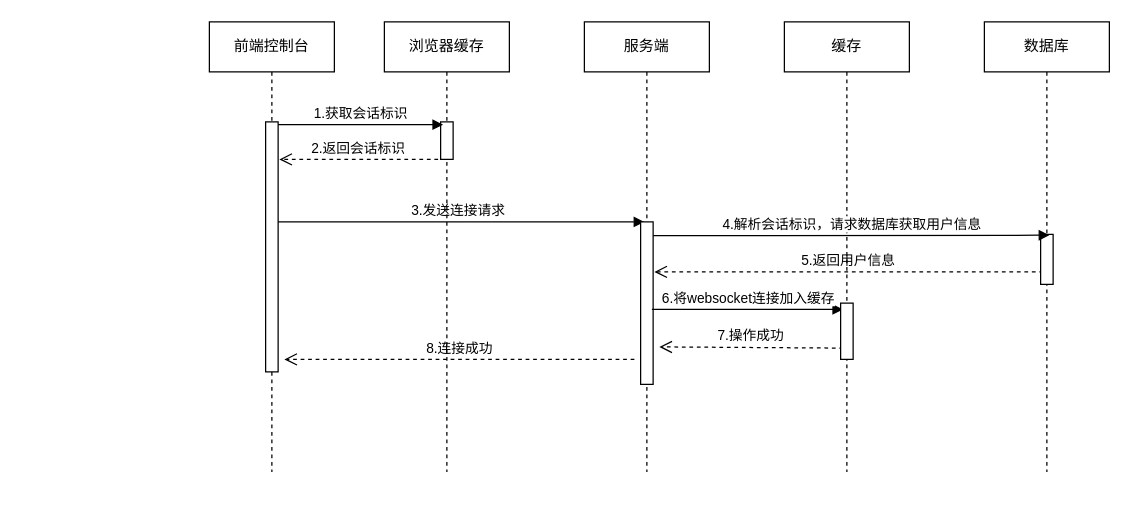
Earlier version of the draw.io diagram page "前端注册监听" (1 of 3) of websocket消息推送设计.drawio (iceAcmen/myDesign). Source tidied: cells renumbered, new cells numbered last; positions are measured from the earlier drawing's top-left corner, leaving out a move shared by most shapes. Both pictures are drawn from the tidied source at 125%, with x=0, y=0 at pixel (209, 21).
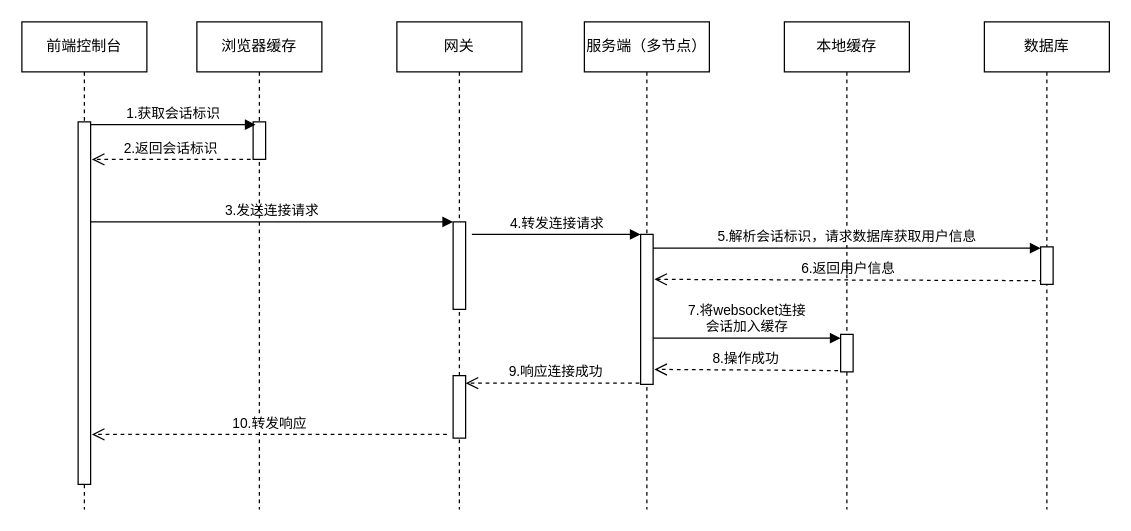
The same page after the edit.

The change refers to these unchanged cells:
```xml
<mxCell id="7" style="html=1;points=[];perimeter=orthogonalPerimeter;" parent="6" vertex="1">
  <mxGeometry x="45" y="80" width="10" height="30" as="geometry" />
</mxCell>
```

Change to the diagram source:
```diff
@@
     <mxCell id="2" value="前端控制台" style="shape=umlLifeline;perimeter=lifelinePerimeter;whiteSpace=wrap;html=1;" parent="1" vertex="1">
-      <mxGeometry width="100" height="360" as="geometry" />
+      <mxGeometry x="-150" width="100" height="390" as="geometry" />
     </mxCell>
-    <mxCell id="3" value="3.发送连接请求" style="html=1;verticalAlign=bottom;endArrow=block;entryX=0.3;entryY=0;entryDx=0;entryDy=0;entryPerimeter=0;" parent="2" edge="1" target="9">
+    <mxCell id="3" value="3.发送连接请求" style="html=1;verticalAlign=bottom;endArrow=block;" parent="2" edge="1">
       <mxGeometry relative="1" as="geometry">
-        <mxPoint x="50" y="160" as="sourcePoint" />
+        <mxPoint x="55" y="160" as="sourcePoint" />
+        <mxPoint x="345" y="160" as="targetPoint" />
       </mxGeometry>
     </mxCell>
-    <mxCell id="4" value="8.连接成功" style="html=1;verticalAlign=bottom;endArrow=open;dashed=1;endSize=8;" parent="2" edge="1">
+    <mxCell id="4" value="9.响应连接成功" style="html=1;verticalAlign=bottom;endArrow=open;dashed=1;endSize=8;" parent="2" edge="1" target="21">
       <mxGeometry relative="1" as="geometry">
-        <mxPoint x="340" y="270" as="sourcePoint" />
-        <mxPoint x="60" y="270" as="targetPoint" />
+        <mxPoint x="500" y="289" as="sourcePoint" />
       </mxGeometry>
     </mxCell>
     <mxCell id="5" style="html=1;perimeter=orthogonalPerimeter;" parent="2" vertex="1">
-      <mxGeometry x="45" y="80" width="10" height="200" as="geometry" />
+      <mxGeometry x="45" y="80" width="10" height="290" as="geometry" />
     </mxCell>
     <mxCell id="6" value="浏览器缓存" style="shape=umlLifeline;perimeter=lifelinePerimeter;whiteSpace=wrap;html=1;" parent="1" vertex="1">
-      <mxGeometry x="140" width="100" height="360" as="geometry" />
+      <mxGeometry x="-10" width="100" height="390" as="geometry" />
     </mxCell>
@@
-    <mxCell id="8" value="服务端" style="shape=umlLifeline;perimeter=lifelinePerimeter;whiteSpace=wrap;html=1;" parent="1" vertex="1">
-      <mxGeometry x="300" width="100" height="360" as="geometry" />
+    <mxCell id="8" value="服务端（多节点）" style="shape=umlLifeline;perimeter=lifelinePerimeter;whiteSpace=wrap;html=1;" parent="1" vertex="1">
+      <mxGeometry x="300" width="100" height="390" as="geometry" />
     </mxCell>
     <mxCell id="9" style="html=1;points=[];perimeter=orthogonalPerimeter;" parent="8" vertex="1">
-      <mxGeometry x="45" y="160" width="10" height="130" as="geometry" />
+      <mxGeometry x="45" y="170" width="10" height="120" as="geometry" />
     </mxCell>
-    <mxCell id="10" value="5.返回用户信息" style="html=1;verticalAlign=bottom;endArrow=open;dashed=1;endSize=8;exitX=0.2;exitY=0.75;exitDx=0;exitDy=0;exitPerimeter=0;" parent="8" edge="1" source="16">
+    <mxCell id="10" value="6.返回用户信息" style="html=1;verticalAlign=bottom;endArrow=open;dashed=1;endSize=8;exitX=0.2;exitY=0.7;exitDx=0;exitDy=0;exitPerimeter=0;" parent="8" edge="1">
       <mxGeometry relative="1" as="geometry">
-        <mxPoint x="56" y="200" as="targetPoint" />
+        <mxPoint x="367" y="207" as="sourcePoint" />
+        <mxPoint x="56" y="206" as="targetPoint" />
       </mxGeometry>
     </mxCell>
-    <mxCell id="11" value="6.将websocket连接加入缓存" style="html=1;verticalAlign=bottom;endArrow=block;entryX=0.2;entryY=0.111;entryDx=0;entryDy=0;entryPerimeter=0;" parent="8" edge="1" target="14">
-      <mxGeometry relative="1" as="geometry">
-        <mxPoint x="54" y="230" as="sourcePoint" />
-      </mxGeometry>
-    </mxCell>
-    <mxCell id="12" value="7.操作成功" style="html=1;verticalAlign=bottom;endArrow=open;dashed=1;endSize=8;exitX=0.2;exitY=0.8;exitDx=0;exitDy=0;exitPerimeter=0;" parent="8" edge="1" source="14">
+    <mxCell id="12" value="8.操作成功" style="html=1;verticalAlign=bottom;endArrow=open;dashed=1;endSize=8;exitX=0.2;exitY=0.8;exitDx=0;exitDy=0;exitPerimeter=0;" parent="8" edge="1">
       <mxGeometry relative="1" as="geometry">
-        <mxPoint x="60" y="260" as="targetPoint" />
+        <mxPoint x="203" y="279" as="sourcePoint" />
+        <mxPoint x="56" y="278" as="targetPoint" />
       </mxGeometry>
     </mxCell>
-    <mxCell id="13" value="缓存" style="shape=umlLifeline;perimeter=lifelinePerimeter;whiteSpace=wrap;html=1;" parent="1" vertex="1">
-      <mxGeometry x="460" width="100" height="360" as="geometry" />
+    <mxCell id="13" value="本地缓存" style="shape=umlLifeline;perimeter=lifelinePerimeter;whiteSpace=wrap;html=1;" parent="1" vertex="1">
+      <mxGeometry x="460" width="100" height="390" as="geometry" />
     </mxCell>
     <mxCell id="14" style="html=1;points=[];perimeter=orthogonalPerimeter;" parent="13" vertex="1">
-      <mxGeometry x="45" y="225" width="10" height="45" as="geometry" />
+      <mxGeometry x="45" y="250" width="10" height="30" as="geometry" />
     </mxCell>
     <mxCell id="15" value="数据库" style="shape=umlLifeline;perimeter=lifelinePerimeter;whiteSpace=wrap;html=1;" parent="1" vertex="1">
-      <mxGeometry x="620" width="100" height="360" as="geometry" />
+      <mxGeometry x="620" width="100" height="390" as="geometry" />
     </mxCell>
     <mxCell id="16" style="html=1;points=[];perimeter=orthogonalPerimeter;" parent="15" vertex="1">
-      <mxGeometry x="45" y="170" width="10" height="40" as="geometry" />
+      <mxGeometry x="45" y="180" width="10" height="30" as="geometry" />
     </mxCell>
-    <mxCell id="17" value="4.解析会话标识，请求数据库获取用户信息" style="html=1;verticalAlign=bottom;endArrow=block;entryX=0.7;entryY=0.017;entryDx=0;entryDy=0;entryPerimeter=0;" parent="1" edge="1" target="16">
+    <mxCell id="17" value="5.解析会话标识，请求数据库获取用户信息" style="html=1;verticalAlign=bottom;endArrow=block;" parent="1" edge="1" target="16">
       <mxGeometry relative="1" as="geometry">
-        <mxPoint x="355" y="171" as="sourcePoint" />
+        <mxPoint x="355" y="181" as="sourcePoint" />
       </mxGeometry>
     </mxCell>
     <mxCell id="18" value="1.获取会话标识" style="html=1;verticalAlign=bottom;endArrow=block;entryX=0.2;entryY=0.075;entryDx=0;entryDy=0;entryPerimeter=0;" parent="1" edge="1" target="7">
       <mxGeometry relative="1" as="geometry">
-        <mxPoint x="55" y="82.2" as="sourcePoint" />
+        <mxPoint x="-95" y="82.2" as="sourcePoint" />
       </mxGeometry>
     </mxCell>
     <mxCell id="19" value="2.返回会话标识" style="html=1;verticalAlign=bottom;endArrow=open;dashed=1;endSize=8;" parent="1" edge="1">
       <mxGeometry relative="1" as="geometry">
-        <mxPoint x="183" y="110" as="sourcePoint" />
-        <mxPoint x="56" y="110" as="targetPoint" />
+        <mxPoint x="33" y="110" as="sourcePoint" />
+        <mxPoint x="-94" y="110" as="targetPoint" />
       </mxGeometry>
     </mxCell>
+    <mxCell id="20" value="网关" style="shape=umlLifeline;perimeter=lifelinePerimeter;whiteSpace=wrap;html=1;" parent="1" vertex="1">
+      <mxGeometry x="150" width="100" height="390" as="geometry" />
+    </mxCell>
+    <mxCell id="21" style="html=1;points=[];perimeter=orthogonalPerimeter;" parent="20" vertex="1">
+      <mxGeometry x="45" y="283" width="10" height="50" as="geometry" />
+    </mxCell>
+    <mxCell id="22" style="html=1;perimeter=orthogonalPerimeter;" parent="20" vertex="1">
+      <mxGeometry x="45" y="160" width="10" height="70" as="geometry" />
+    </mxCell>
+    <mxCell id="23" value="4.转发连接请求" style="html=1;verticalAlign=bottom;endArrow=block;" parent="20" edge="1" target="9">
+      <mxGeometry relative="1" as="geometry">
+        <mxPoint x="60" y="170" as="sourcePoint" />
+      </mxGeometry>
+    </mxCell>
+    <mxCell id="24" value="10.转发响应" style="html=1;verticalAlign=bottom;endArrow=open;dashed=1;endSize=8;" parent="1" edge="1">
+      <mxGeometry relative="1" as="geometry">
+        <mxPoint x="190" y="330" as="sourcePoint" />
+        <mxPoint x="-94" y="330" as="targetPoint" />
+      </mxGeometry>
+    </mxCell>
+    <mxCell id="11" value="7.将websocket连接&lt;br&gt;会话加入缓存" style="html=1;verticalAlign=bottom;endArrow=block;" parent="1" edge="1">
+      <mxGeometry relative="1" as="geometry">
+        <mxPoint x="355" y="253" as="sourcePoint" />
+        <mxPoint x="505" y="253" as="targetPoint" />
+      </mxGeometry>
+    </mxCell>
```
